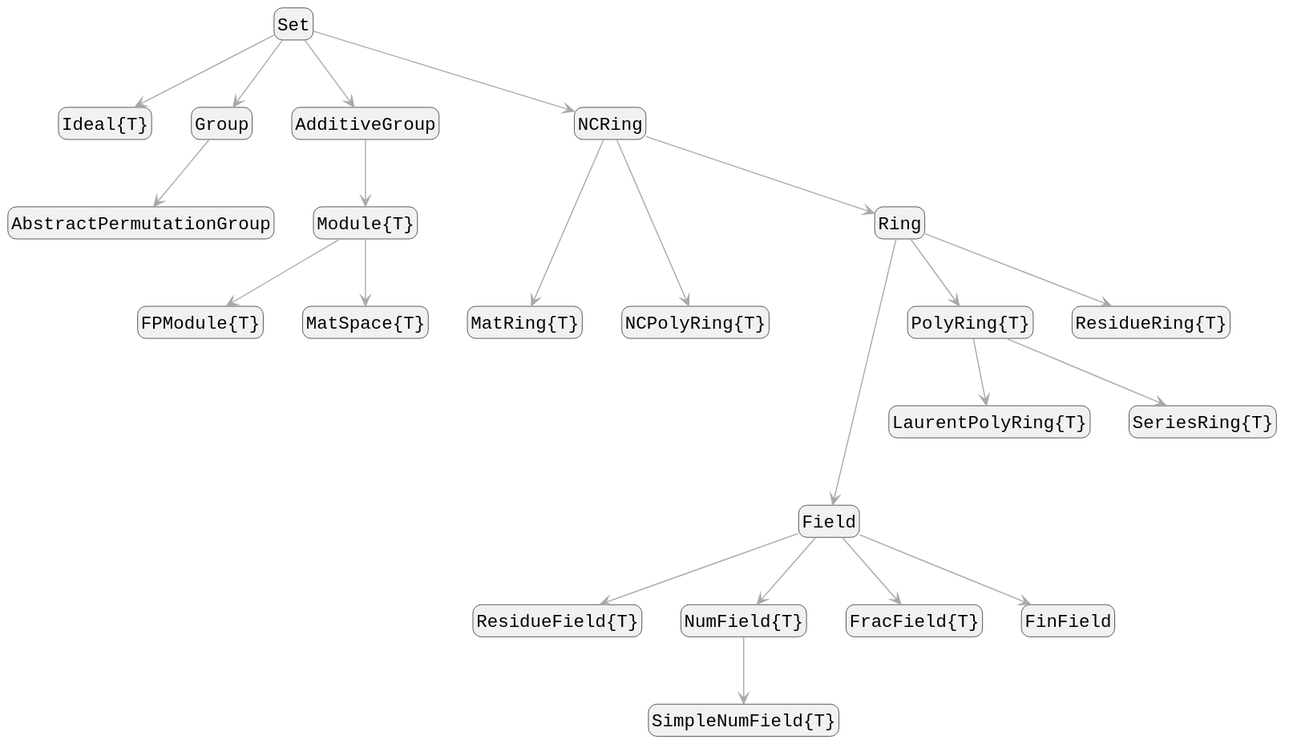
This is docs/src/assets/parents_diagram.svg from Nemocas/AbstractAlgebra.jl, a PlantUML export, as it was before one commit. Source of this version:
```plantuml
@startuml
skinparam monochrome true
skinparam defaultFontName Monospaced
skinparam defaultFontSize 16
skinparam objectArrowColor DarkGray
skinparam RoundCorner 15

"Set" -down-> "Ideal{T}"

"Set" -down-> "Group"
"Group" -down-> "AbstractPermutationGroup"

"Set" -down-> "AdditiveGroup"
"AdditiveGroup" -down-> "Module{T}"
"Module{T}" -down-> "FPModule{T}"
"Module{T}" -down-> "MatSpace{T}"

"Set" -down-> "NCRing"
"NCRing" -down--> "MatRing{T}"
"NCRing" -down--> "NCPolyRing{T}"
"NCRing" -down-> "Ring"

"Ring" -down---> "Field"
"Ring" -down-> "PolyRing{T}"
"PolyRing{T}" -down-> "LaurentPolyRing{T}"
"PolyRing{T}" -down-> "SeriesRing{T}"
"Ring" -down-> "ResidueRing{T}"

"Field" -down-> "ResidueField{T}"
"NumField{T}" -down-> "SimpleNumField{T}"
"Field" -down-> "FracField{T}"
"Field" -down-> "NumField{T}"
"Field" -down-> "FinField"

hide members
hide circle
@enduml
```
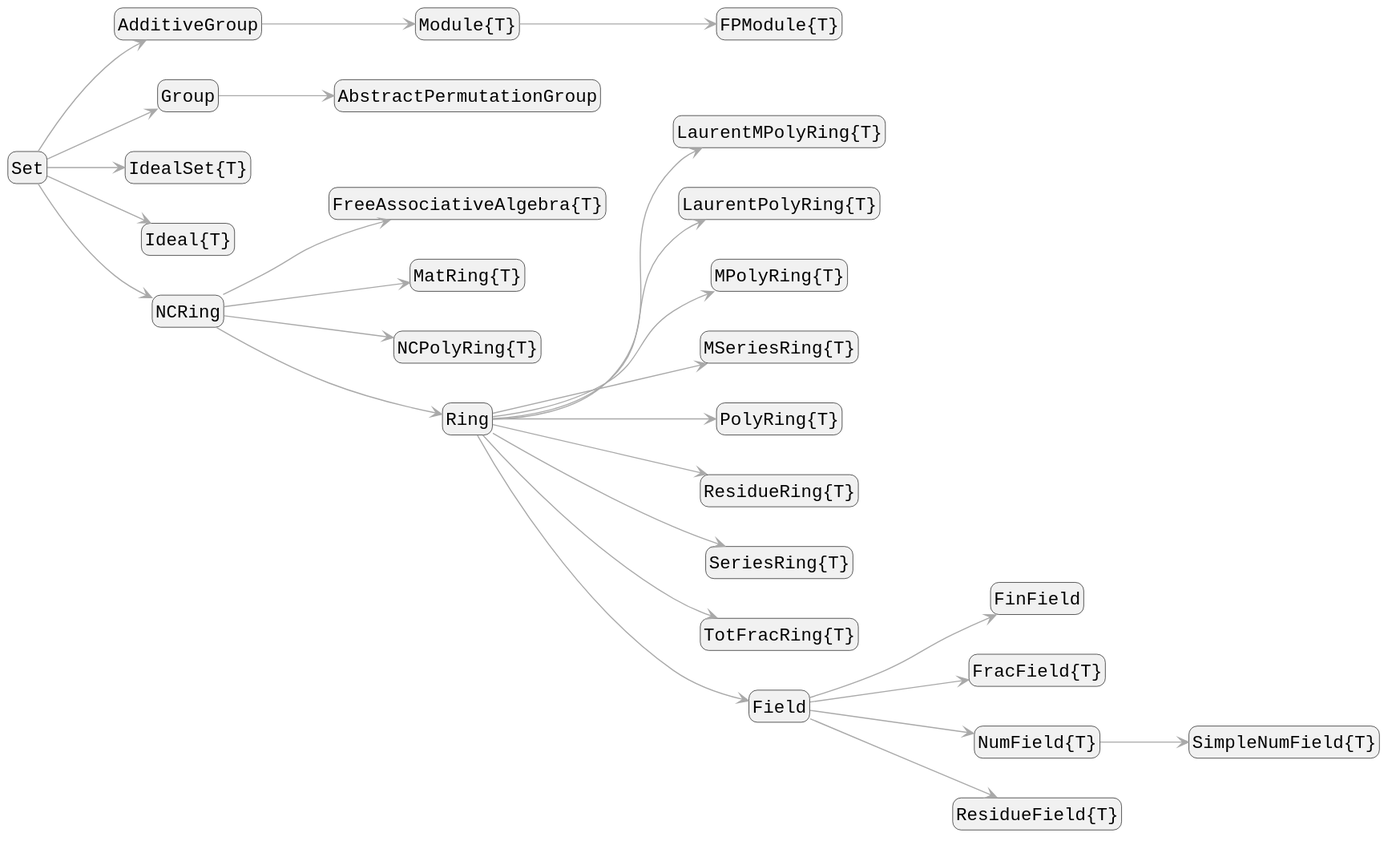
The same diagram one commit later.

Commit message:
Derive the type diagrams from the loaded package

Diff of the diagram source:
```diff
@@ -4,34 +4,34 @@
 skinparam defaultFontSize 16
 skinparam objectArrowColor DarkGray
 skinparam RoundCorner 15
+left to right direction
 
-"Set" -down-> "Ideal{T}"
-
-"Set" -down-> "Group"
-"Group" -down-> "AbstractPermutationGroup"
-
-"Set" -down-> "AdditiveGroup"
-"AdditiveGroup" -down-> "Module{T}"
-"Module{T}" -down-> "FPModule{T}"
-"Module{T}" -down-> "MatSpace{T}"
-
-"Set" -down-> "NCRing"
-"NCRing" -down--> "MatRing{T}"
-"NCRing" -down--> "NCPolyRing{T}"
-"NCRing" -down-> "Ring"
-
-"Ring" -down---> "Field"
-"Ring" -down-> "PolyRing{T}"
-"PolyRing{T}" -down-> "LaurentPolyRing{T}"
-"PolyRing{T}" -down-> "SeriesRing{T}"
-"Ring" -down-> "ResidueRing{T}"
-
-"Field" -down-> "ResidueField{T}"
-"NumField{T}" -down-> "SimpleNumField{T}"
-"Field" -down-> "FracField{T}"
-"Field" -down-> "NumField{T}"
-"Field" -down-> "FinField"
-
+"Set" --> "AdditiveGroup"
+"AdditiveGroup" --> "Module{T}"
+"Module{T}" --> "FPModule{T}"
+"Set" --> "Group"
+"Group" --> "AbstractPermutationGroup"
+"Set" --> "IdealSet{T}"
+"Set" --> "Ideal{T}"
+"Set" --> "NCRing"
+"NCRing" --> "FreeAssociativeAlgebra{T}"
+"NCRing" --> "MatRing{T}"
+"NCRing" --> "NCPolyRing{T}"
+"NCRing" --> "Ring"
+"Ring" --> "LaurentMPolyRing{T}"
+"Ring" --> "LaurentPolyRing{T}"
+"Ring" --> "MPolyRing{T}"
+"Ring" --> "MSeriesRing{T}"
+"Ring" --> "PolyRing{T}"
+"Ring" --> "ResidueRing{T}"
+"Ring" --> "SeriesRing{T}"
+"Ring" --> "TotFracRing{T}"
+"Ring" --> "Field"
+"Field" --> "FinField"
+"Field" --> "FracField{T}"
+"Field" --> "NumField{T}"
+"NumField{T}" --> "SimpleNumField{T}"
+"Field" --> "ResidueField{T}"
 hide members
 hide circle
 @enduml
```
